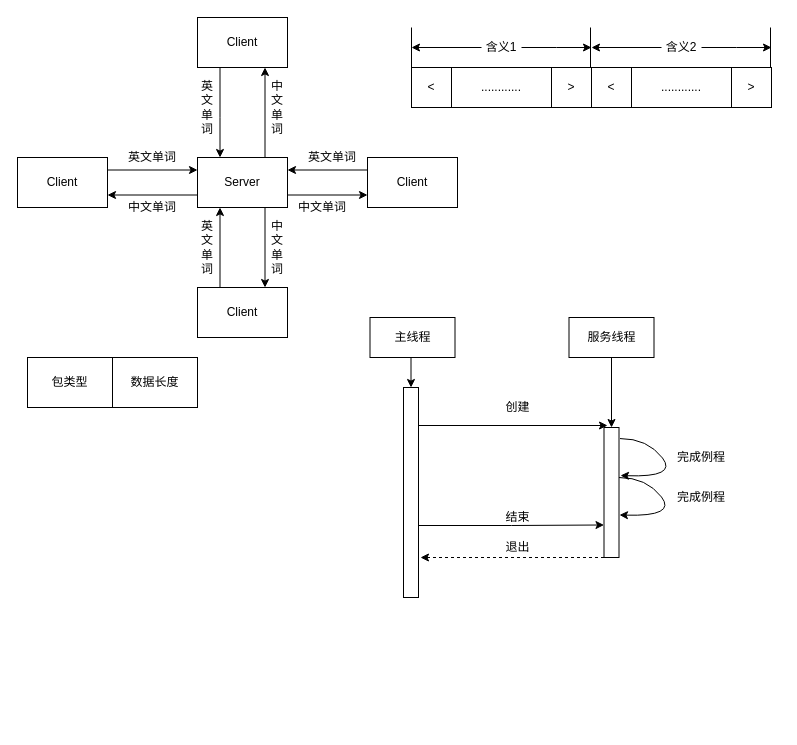
yangwenlong935/drawio keeps this draw.io diagram as page "Page-1" (1 of 2) of translate Diagram.drawio. Above is the earlier version. Source tidied: cells renumbered, new cells numbered last; positions are measured from the earlier drawing's top-left corner, leaving out a move shared by most shapes. Both pictures are drawn from the tidied source at 100%, with x=0, y=0 at pixel (17, 17).
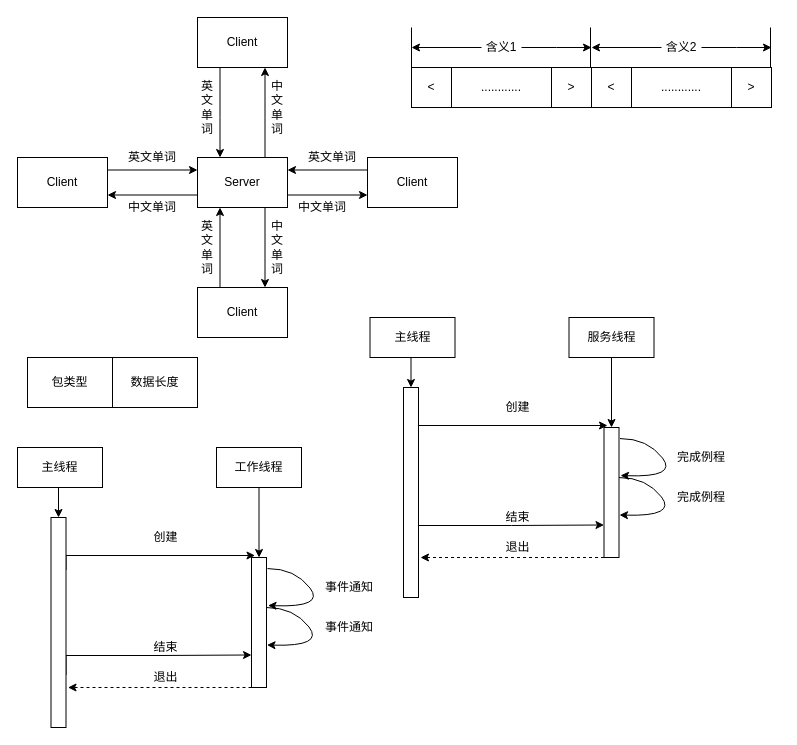
The same page after the edit.

The edit, as a diff of the source:
```diff
@@
+    <mxCell id="57" style="edgeStyle=orthogonalEdgeStyle;rounded=0;jettySize=auto;html=1;exitX=0.5;exitY=1;exitDx=0;exitDy=0;entryX=0.5;entryY=0;entryDx=0;entryDy=0;" parent="1" edge="1" source="58" target="63">
+      <mxGeometry relative="1" as="geometry" />
+    </mxCell>
+    <mxCell id="58" value="主线程" style="rounded=0;whiteSpace=wrap;html=1;" parent="1" vertex="1">
+      <mxGeometry y="430" width="85" height="40" as="geometry" />
+    </mxCell>
+    <mxCell id="59" style="edgeStyle=orthogonalEdgeStyle;rounded=0;jettySize=auto;html=1;exitX=0.5;exitY=1;exitDx=0;exitDy=0;entryX=0.5;entryY=0;entryDx=0;entryDy=0;" parent="1" edge="1" source="60" target="65">
+      <mxGeometry relative="1" as="geometry" />
+    </mxCell>
+    <mxCell id="60" value="工作线程" style="rounded=0;whiteSpace=wrap;html=1;" parent="1" vertex="1">
+      <mxGeometry x="199" y="430" width="85" height="40" as="geometry" />
+    </mxCell>
+    <mxCell id="61" style="edgeStyle=orthogonalEdgeStyle;rounded=0;jettySize=auto;html=1;exitX=1;exitY=0.25;exitDx=0;exitDy=0;" parent="1" edge="1" source="63">
+      <mxGeometry relative="1" as="geometry">
+        <mxPoint x="237.5" y="538" as="targetPoint" />
+        <Array as="points">
+          <mxPoint x="48.5" y="538" />
+        </Array>
+      </mxGeometry>
+    </mxCell>
+    <mxCell id="62" style="edgeStyle=orthogonalEdgeStyle;rounded=0;jettySize=auto;html=1;exitX=1;exitY=0.75;exitDx=0;exitDy=0;entryX=0;entryY=0.75;entryDx=0;entryDy=0;" parent="1" edge="1" source="63" target="65">
+      <mxGeometry relative="1" as="geometry">
+        <Array as="points">
+          <mxPoint x="48.5" y="638" />
+          <mxPoint x="141.5" y="638" />
+        </Array>
+      </mxGeometry>
+    </mxCell>
+    <mxCell id="63" style="rounded=0;whiteSpace=wrap;html=1;" parent="1" vertex="1">
+      <mxGeometry x="33.5" y="500" width="15" height="210" as="geometry" />
+    </mxCell>
+    <mxCell id="64" style="edgeStyle=orthogonalEdgeStyle;rounded=0;jettySize=auto;html=1;exitX=0;exitY=1;exitDx=0;exitDy=0;dashed=1;" parent="1" edge="1" source="65">
+      <mxGeometry relative="1" as="geometry">
+        <mxPoint x="50.5" y="670" as="targetPoint" />
+        <Array as="points">
+          <mxPoint x="50.5" y="670" />
+        </Array>
+      </mxGeometry>
+    </mxCell>
+    <mxCell id="65" style="rounded=0;whiteSpace=wrap;html=1;" parent="1" vertex="1">
+      <mxGeometry x="234" y="540" width="15" height="130" as="geometry" />
+    </mxCell>
+    <mxCell id="66" value="创建" style="text;html=1;align=center;verticalAlign=middle;strokeColor=none;" parent="1" vertex="1">
+      <mxGeometry x="127.5" y="510" width="40" height="20" as="geometry" />
+    </mxCell>
+    <mxCell id="67" style="curved=1;endArrow=classic;html=1;exitX=1.067;exitY=0.085;exitDx=0;exitDy=0;exitPerimeter=0;" parent="1" edge="1" source="65">
+      <mxGeometry relative="1" as="geometry">
+        <mxPoint x="250.5" y="588" as="targetPoint" />
+        <Array as="points">
+          <mxPoint x="277.5" y="551" />
+          <mxPoint x="307.5" y="590" />
+        </Array>
+      </mxGeometry>
+    </mxCell>
+    <mxCell id="68" style="curved=1;endArrow=classic;html=1;entryX=1.1;entryY=0.373;entryDx=0;entryDy=0;exitX=1.067;exitY=0.085;exitDx=0;exitDy=0;exitPerimeter=0;entryPerimeter=0;" parent="1" edge="1">
+      <mxGeometry relative="1" as="geometry">
+        <mxPoint x="249" y="590" as="sourcePoint" />
+        <mxPoint x="249.5" y="627.5" as="targetPoint" />
+        <Array as="points">
+          <mxPoint x="276.5" y="590" />
+          <mxPoint x="306.5" y="629" />
+        </Array>
+      </mxGeometry>
+    </mxCell>
+    <mxCell id="69" value="事件通知" style="text;html=1;strokeColor=none;fillColor=none;align=center;verticalAlign=middle;whiteSpace=wrap;rounded=0;" parent="1" vertex="1">
+      <mxGeometry x="301.5" y="560" width="60" height="20" as="geometry" />
+    </mxCell>
+    <mxCell id="70" value="事件通知" style="text;html=1;strokeColor=none;fillColor=none;align=center;verticalAlign=middle;whiteSpace=wrap;rounded=0;" parent="1" vertex="1">
+      <mxGeometry x="301.5" y="600" width="60" height="20" as="geometry" />
+    </mxCell>
+    <mxCell id="71" value="结束" style="text;html=1;align=center;verticalAlign=middle;strokeColor=none;" parent="1" vertex="1">
+      <mxGeometry x="127.5" y="620" width="40" height="20" as="geometry" />
+    </mxCell>
+    <mxCell id="72" value="退出" style="text;html=1;align=center;verticalAlign=middle;strokeColor=none;" parent="1" vertex="1">
+      <mxGeometry x="127.5" y="650" width="40" height="20" as="geometry" />
+    </mxCell>
```
